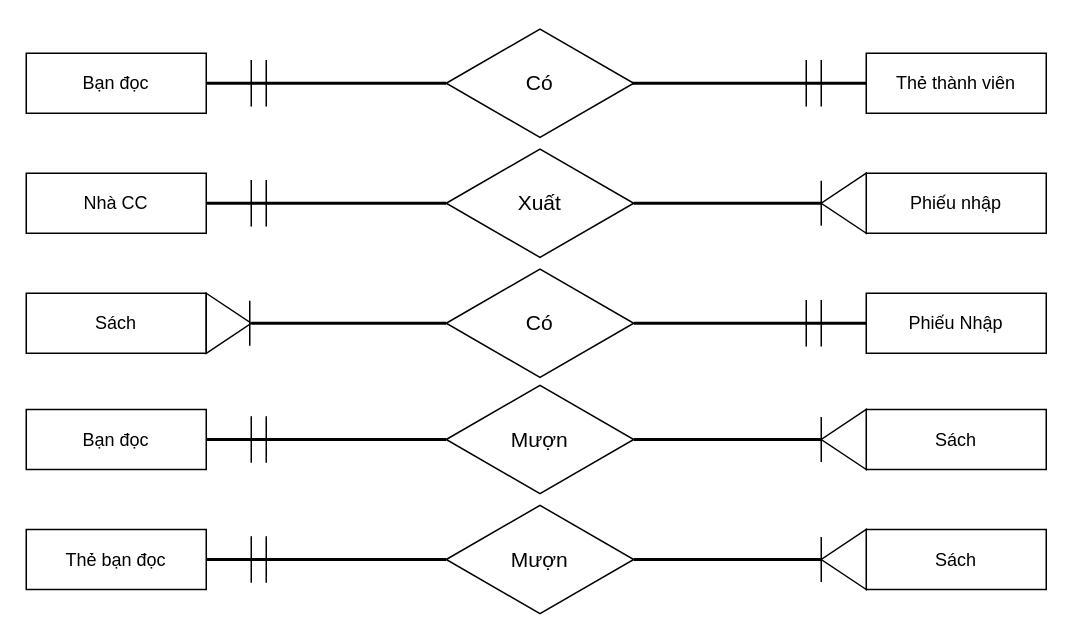
Nguyenquynh235/DoAnNhom1 keeps this draw.io diagram as page "Sơ đồ E-R" (3 of 8) of Nhóm 1.drawio. Above is the earlier version. Source tidied: cells renumbered, new cells numbered last; positions are measured from the earlier drawing's top-left corner, leaving out a move shared by most shapes. Both pictures are drawn from the tidied source at 150%, with x=0, y=0 at pixel (26, 26).
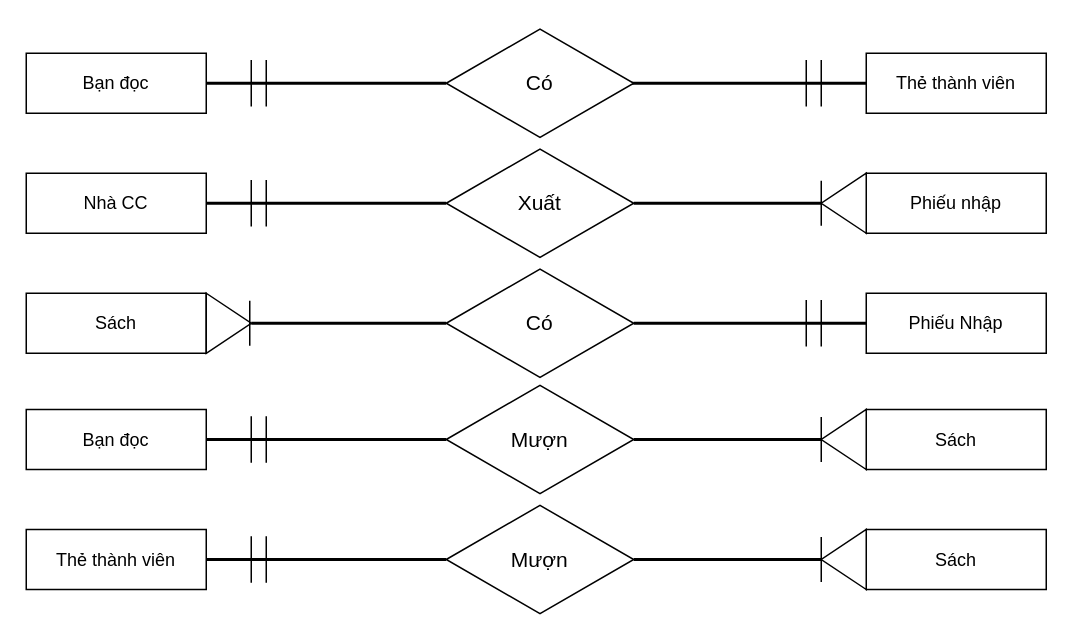
Above is the later version.

What changed in the source:
```diff
@@
-    <mxCell id="33" value="Thẻ bạn đọc" style="rounded=0;whiteSpace=wrap;html=1;" parent="1" vertex="1">
+    <mxCell id="33" value="Thẻ thành viên" style="rounded=0;whiteSpace=wrap;html=1;" parent="1" vertex="1">
       <mxGeometry y="335.5" width="120" height="40" as="geometry" />
     </mxCell>
```
